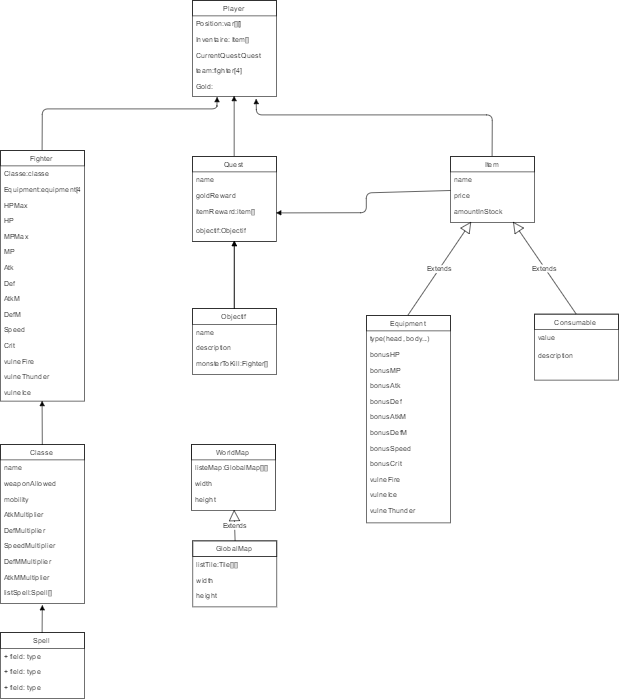
Akiro78960/Projet_DEC_RPG keeps this draw.io diagram as Doc/UML.png. Above is the earlier version. Source tidied: cells renumbered, new cells last; positions are measured from the earlier drawing's top-left corner, leaving out a move shared by most shapes.
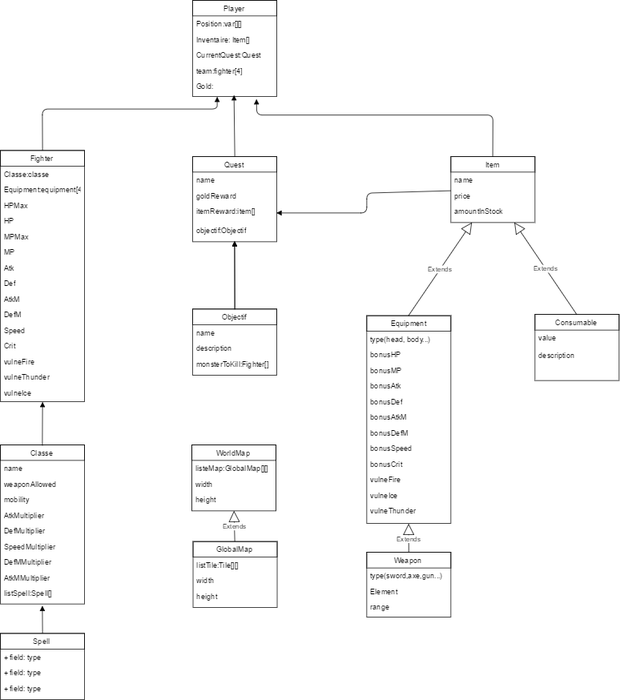
The same diagram one commit later.

Diff of the diagram source:
```diff
@@ -278,5 +278,22 @@
         </Array>
       </mxGeometry>
     </mxCell>
+    <mxCell id="86" value="Extends" style="endArrow=block;endSize=16;endFill=0;html=1;entryX=0.5;entryY=1;" parent="1" edge="1" target="2">
+      <mxGeometry x="-262.8" y="-692.3" as="geometry">
+        <mxPoint x="680" y="921" as="sourcePoint" />
+      </mxGeometry>
+    </mxCell>
+    <mxCell id="87" value="Weapon" style="swimlane;html=1;fontStyle=0;horizontal=1;startSize=26;fillColor=none;swimlaneFillColor=#ffffff;" parent="1" vertex="1">
+      <mxGeometry x="610" y="919" width="140" height="108" as="geometry" />
+    </mxCell>
+    <mxCell id="88" value="type(sword,axe,gun...)" style="text;html=1;strokeColor=none;fillColor=none;align=left;verticalAlign=top;spacingLeft=4;spacingRight=4;whiteSpace=wrap;overflow=hidden;" parent="87" vertex="1">
+      <mxGeometry y="26" width="140" height="26" as="geometry" />
+    </mxCell>
+    <mxCell id="89" value="Element" style="text;html=1;strokeColor=none;fillColor=none;align=left;verticalAlign=top;spacingLeft=4;spacingRight=4;whiteSpace=wrap;overflow=hidden;" parent="87" vertex="1">
+      <mxGeometry y="52" width="140" height="26" as="geometry" />
+    </mxCell>
+    <mxCell id="90" value="range" style="text;html=1;strokeColor=none;fillColor=none;align=left;verticalAlign=top;spacingLeft=4;spacingRight=4;whiteSpace=wrap;overflow=hidden;" parent="87" vertex="1">
+      <mxGeometry y="78" width="140" height="30" as="geometry" />
+    </mxCell>
   </root>
 </mxGraphModel>
```
